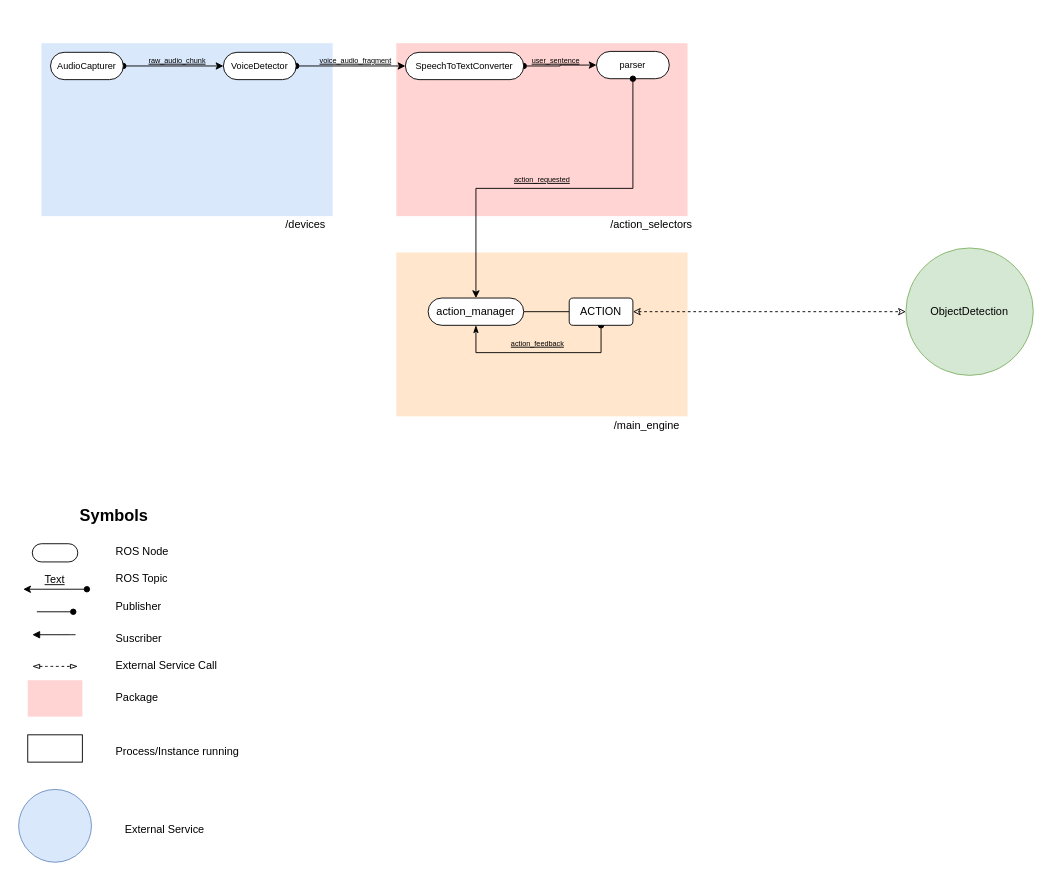
Earlier version of the draw.io diagram Untitled Diagram.drawio (RoBorregos/robocup-home). Source tidied: cells renumbered, new cells numbered last; positions are measured from the earlier drawing's top-left corner, leaving out a move shared by most shapes. Both pictures are drawn from the tidied source at 91%, with x=0, y=0 at pixel (18, 43).
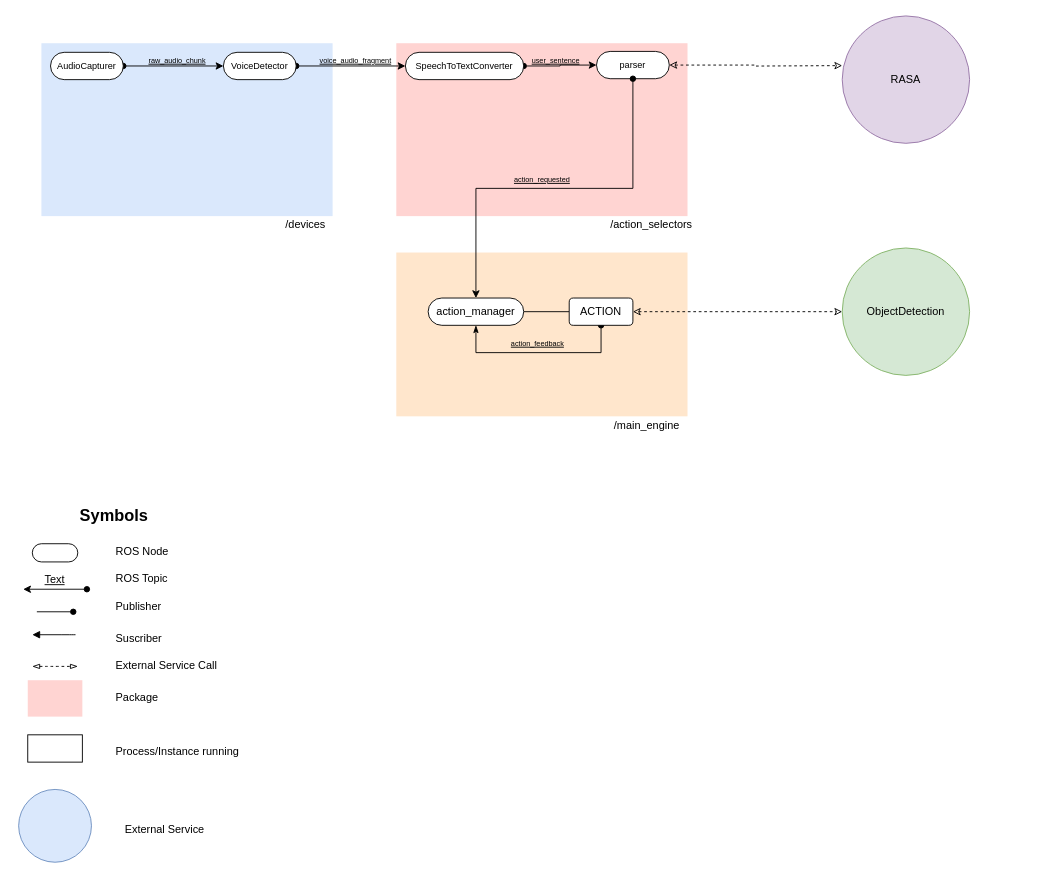
After the change.

Commit message:
Added RASA figure

The change refers to these unchanged cells:
```xml
<mxCell id="30" value="&lt;font style=&quot;font-size: 10px&quot;&gt;parser&lt;/font&gt;" style="rounded=1;whiteSpace=wrap;html=1;arcSize=50;" parent="1" vertex="1">
  <mxGeometry x="635" y="9" width="80" height="30" as="geometry" />
</mxCell>
<mxCell id="42" value="ACTION" style="rounded=1;whiteSpace=wrap;html=1;" parent="1" vertex="1">
  <mxGeometry x="605" y="280" width="70" height="30" as="geometry" />
</mxCell>
```

What changed in the source:
```diff
@@
+    <mxCell id="45" style="edgeStyle=orthogonalEdgeStyle;rounded=0;jettySize=auto;html=1;exitX=1;exitY=0.5;exitDx=0;exitDy=0;dashed=1;startArrow=classic;startFill=0;endArrow=classic;endFill=0;" parent="1" edge="1" source="30">
+      <mxGeometry relative="1" as="geometry">
+        <mxPoint x="905" y="24.6" as="targetPoint" />
+      </mxGeometry>
+    </mxCell>
@@
-    <mxCell id="41" style="edgeStyle=orthogonalEdgeStyle;rounded=0;jettySize=auto;html=1;exitX=1;exitY=0.5;exitDx=0;exitDy=0;entryX=0;entryY=0.5;entryDx=0;entryDy=0;dashed=1;startArrow=classic;startFill=0;endArrow=classic;endFill=0;" parent="1" edge="1" source="42" target="43">
-      <mxGeometry relative="1" as="geometry">
-        <Array as="points">
-          <mxPoint x="925" y="295" />
-        </Array>
-      </mxGeometry>
+    <mxCell id="41" style="edgeStyle=orthogonalEdgeStyle;rounded=0;jettySize=auto;html=1;exitX=1;exitY=0.5;exitDx=0;exitDy=0;entryX=0;entryY=0.5;entryDx=0;entryDy=0;dashed=1;startArrow=classic;startFill=0;endArrow=classic;endFill=0;entryPerimeter=0;" parent="1" edge="1" source="42" target="43">
+      <mxGeometry relative="1" as="geometry" />
     </mxCell>
@@
     <mxCell id="43" value="ObjectDetection" style="ellipse;whiteSpace=wrap;html=1;fillColor=#d5e8d4;strokeColor=#82b366;" parent="1" vertex="1">
-      <mxGeometry x="975" y="225" width="140" height="140" as="geometry" />
+      <mxGeometry x="905" y="225" width="140" height="140" as="geometry" />
     </mxCell>
@@
+    <mxCell id="46" value="RASA" style="ellipse;whiteSpace=wrap;html=1;fillColor=#e1d5e7;strokeColor=#9673a6;" parent="1" vertex="1">
+      <mxGeometry x="905" y="-30" width="140" height="140" as="geometry" />
+    </mxCell>
```
